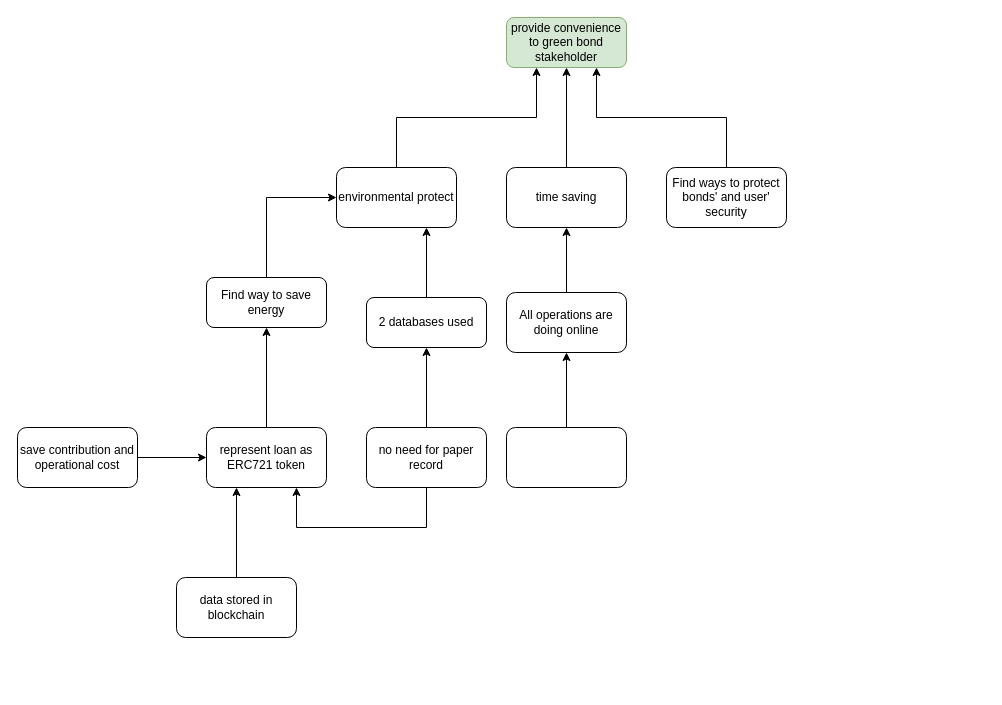
Above: Untitled Diagram.drawio in XXX-L033/blockchain (draw.io), before the change. Source tidied: cells renumbered, new cells numbered last; positions are measured from the earlier drawing's top-left corner, leaving out a move shared by most shapes. Both pictures are drawn from the tidied source at 100%, with x=0, y=0 at pixel (17, 17).
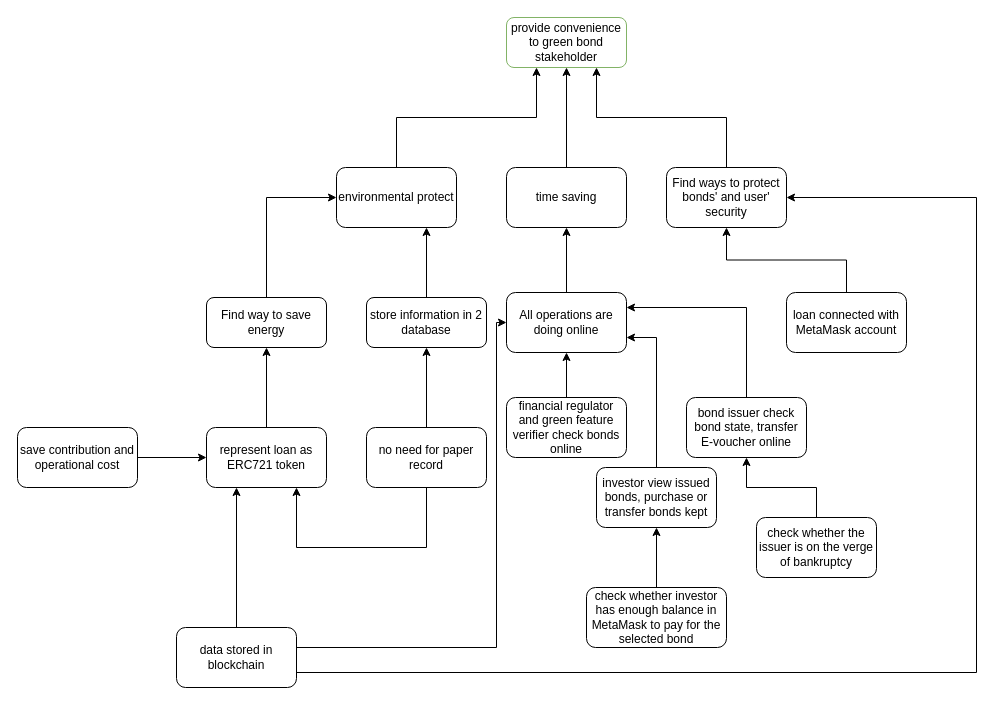
The same page after the edit.

Unchanged cells that the change refers to:
```xml
<mxCell id="10" value="Find ways to protect bonds' and user' security" style="rounded=1;whiteSpace=wrap;html=1;" parent="1" vertex="1">
  <mxGeometry x="649" y="150" width="120" height="60" as="geometry" />
</mxCell>
<mxCell id="14" value="All operations are doing online" style="rounded=1;whiteSpace=wrap;html=1;" parent="1" vertex="1">
  <mxGeometry x="489" y="275" width="120" height="60" as="geometry" />
</mxCell>
<mxCell id="17" value="no need for paper record" style="rounded=1;whiteSpace=wrap;html=1;" parent="1" vertex="1">
  <mxGeometry x="349" y="410" width="120" height="60" as="geometry" />
</mxCell>
<mxCell id="19" value="represent loan as ERC721 token" style="rounded=1;whiteSpace=wrap;html=1;" parent="1" vertex="1">
  <mxGeometry x="189" y="410" width="120" height="60" as="geometry" />
</mxCell>
```

The edit, as a diff of the source:
```diff
@@
-    <mxCell id="2" value="provide convenience to green bond stakeholder" style="rounded=1;whiteSpace=wrap;html=1;fillColor=#d5e8d4;strokeColor=#82b366;" parent="1" vertex="1">
+    <mxCell id="2" value="provide convenience to green bond stakeholder" style="rounded=1;whiteSpace=wrap;html=1;strokeColor=#82b366;fillColor=none;" parent="1" vertex="1">
       <mxGeometry x="489" width="120" height="50" as="geometry" />
     </mxCell>
@@
     <mxCell id="6" value="Find way to save energy" style="rounded=1;whiteSpace=wrap;html=1;" parent="1" vertex="1">
-      <mxGeometry x="189" y="260" width="120" height="50" as="geometry" />
+      <mxGeometry x="189" y="280" width="120" height="50" as="geometry" />
     </mxCell>
@@
-    <mxCell id="12" value="2 databases used" style="rounded=1;whiteSpace=wrap;html=1;" parent="1" vertex="1">
+    <mxCell id="12" value="store information in 2 database" style="rounded=1;whiteSpace=wrap;html=1;" parent="1" vertex="1">
       <mxGeometry x="349" y="280" width="120" height="50" as="geometry" />
     </mxCell>
@@
     <mxCell id="16" style="edgeStyle=orthogonalEdgeStyle;rounded=0;jettySize=auto;html=1;exitX=0.5;exitY=1;exitDx=0;exitDy=0;entryX=0.75;entryY=1;entryDx=0;entryDy=0;" parent="1" edge="1" source="17" target="19">
       <mxGeometry relative="1" as="geometry">
         <Array as="points">
-          <mxPoint x="409" y="510" />
-          <mxPoint x="279" y="510" />
+          <mxPoint x="409" y="530" />
+          <mxPoint x="279" y="530" />
         </Array>
       </mxGeometry>
     </mxCell>
@@
-    <mxCell id="23" style="rounded=1;whiteSpace=wrap;html=1;" parent="1" vertex="1">
-      <mxGeometry x="489" y="410" width="120" height="60" as="geometry" />
+    <mxCell id="23" value="financial regulator and green feature verifier check bonds online" style="rounded=1;whiteSpace=wrap;html=1;" parent="1" vertex="1">
+      <mxGeometry x="489" y="380" width="120" height="60" as="geometry" />
     </mxCell>
@@
+    <mxCell id="26" style="edgeStyle=orthogonalEdgeStyle;rounded=0;jettySize=auto;html=1;exitX=1;exitY=0.25;exitDx=0;exitDy=0;entryX=0;entryY=0.5;entryDx=0;entryDy=0;" parent="1" edge="1" source="25" target="14">
+      <mxGeometry relative="1" as="geometry">
+        <Array as="points">
+          <mxPoint x="279" y="630" />
+          <mxPoint x="479" y="630" />
+          <mxPoint x="479" y="305" />
+        </Array>
+      </mxGeometry>
+    </mxCell>
+    <mxCell id="27" style="edgeStyle=orthogonalEdgeStyle;rounded=0;jettySize=auto;html=1;exitX=1;exitY=0.75;exitDx=0;exitDy=0;entryX=1;entryY=0.5;entryDx=0;entryDy=0;" parent="1" edge="1" source="25" target="10">
+      <mxGeometry relative="1" as="geometry">
+        <Array as="points">
+          <mxPoint x="959" y="655" />
+          <mxPoint x="959" y="180" />
+        </Array>
+      </mxGeometry>
+    </mxCell>
     <mxCell id="25" value="data stored in blockchain" style="rounded=1;whiteSpace=wrap;html=1;" parent="1" vertex="1">
-      <mxGeometry x="159" y="560" width="120" height="60" as="geometry" />
+      <mxGeometry x="159" y="610" width="120" height="60" as="geometry" />
     </mxCell>
+    <mxCell id="28" style="edgeStyle=orthogonalEdgeStyle;rounded=0;jettySize=auto;html=1;exitX=0.5;exitY=0;exitDx=0;exitDy=0;entryX=1;entryY=0.25;entryDx=0;entryDy=0;" parent="1" edge="1" source="29" target="14">
+      <mxGeometry relative="1" as="geometry" />
+    </mxCell>
+    <mxCell id="29" value="bond issuer check bond state, transfer E-voucher online" style="rounded=1;whiteSpace=wrap;html=1;" parent="1" vertex="1">
+      <mxGeometry x="669" y="380" width="120" height="60" as="geometry" />
+    </mxCell>
+    <mxCell id="30" style="edgeStyle=orthogonalEdgeStyle;rounded=0;jettySize=auto;html=1;exitX=0.5;exitY=0;exitDx=0;exitDy=0;entryX=1;entryY=0.75;entryDx=0;entryDy=0;" parent="1" edge="1" source="31" target="14">
+      <mxGeometry relative="1" as="geometry" />
+    </mxCell>
+    <mxCell id="31" value="investor view issued bonds, purchase or transfer bonds kept" style="rounded=1;whiteSpace=wrap;html=1;" parent="1" vertex="1">
+      <mxGeometry x="579" y="450" width="120" height="60" as="geometry" />
+    </mxCell>
+    <mxCell id="32" style="edgeStyle=orthogonalEdgeStyle;rounded=0;jettySize=auto;html=1;" parent="1" edge="1" source="33" target="31">
+      <mxGeometry relative="1" as="geometry" />
+    </mxCell>
+    <mxCell id="33" value="check whether investor has enough balance in MetaMask to pay for the selected bond" style="rounded=1;whiteSpace=wrap;html=1;" parent="1" vertex="1">
+      <mxGeometry x="569" y="570" width="140" height="60" as="geometry" />
+    </mxCell>
+    <mxCell id="34" style="edgeStyle=orthogonalEdgeStyle;rounded=0;jettySize=auto;html=1;" parent="1" edge="1" source="35" target="29">
+      <mxGeometry relative="1" as="geometry" />
+    </mxCell>
+    <mxCell id="35" value="check whether the issuer is on the verge of bankruptcy" style="rounded=1;whiteSpace=wrap;html=1;" parent="1" vertex="1">
+      <mxGeometry x="739" y="500" width="120" height="60" as="geometry" />
+    </mxCell>
+    <mxCell id="36" style="edgeStyle=orthogonalEdgeStyle;rounded=0;jettySize=auto;html=1;exitX=0.5;exitY=0;exitDx=0;exitDy=0;entryX=0.5;entryY=1;entryDx=0;entryDy=0;" parent="1" edge="1" source="37" target="10">
+      <mxGeometry relative="1" as="geometry" />
+    </mxCell>
+    <mxCell id="37" value="loan connected with MetaMask account" style="rounded=1;whiteSpace=wrap;html=1;fillColor=none;gradientColor=none;" parent="1" vertex="1">
+      <mxGeometry x="769" y="275" width="120" height="60" as="geometry" />
+    </mxCell>
```
